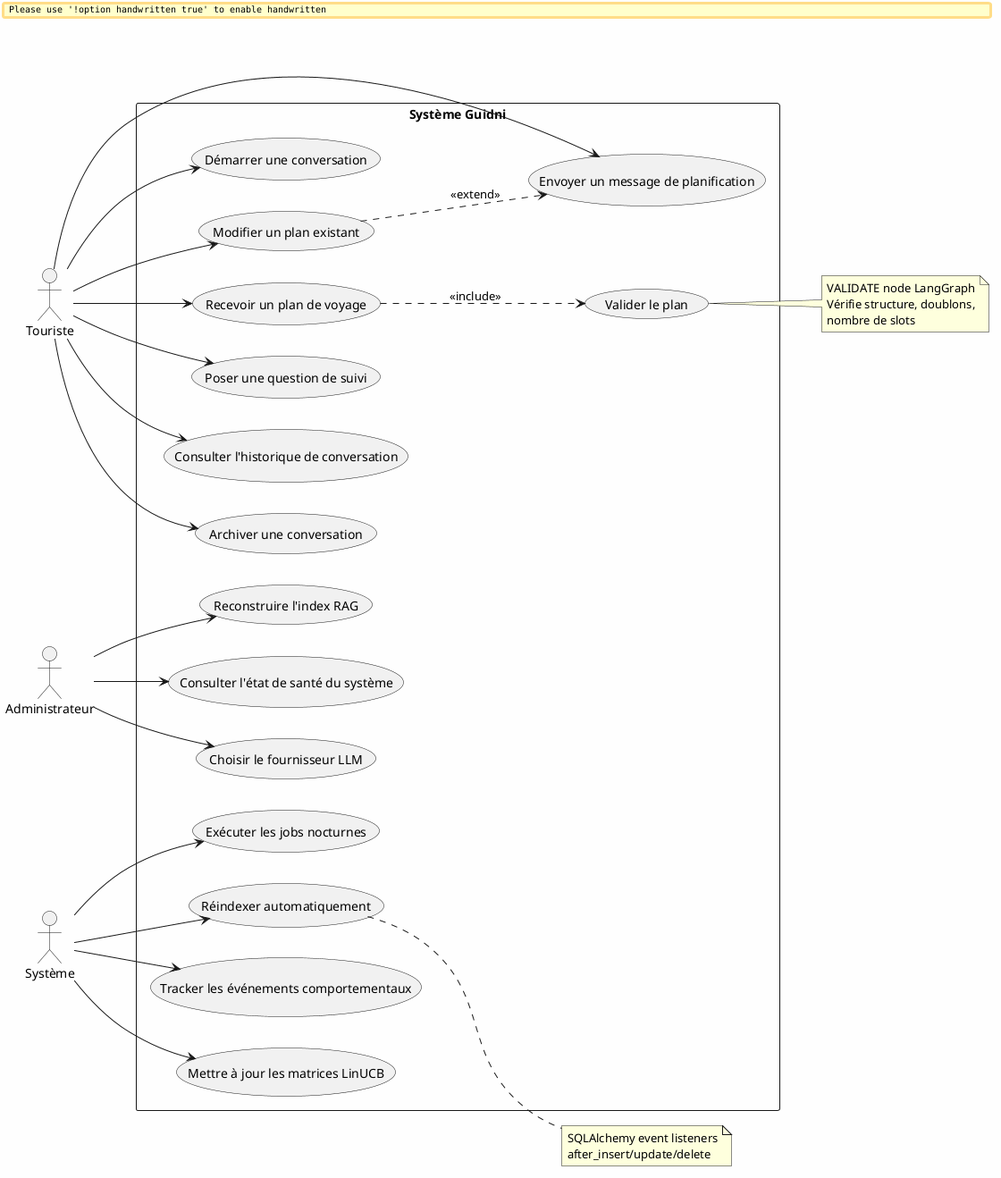
The PlantUML diagram diagrams/fig_03_use_case_global.png in ahmed-addali/rapport, before a commit.
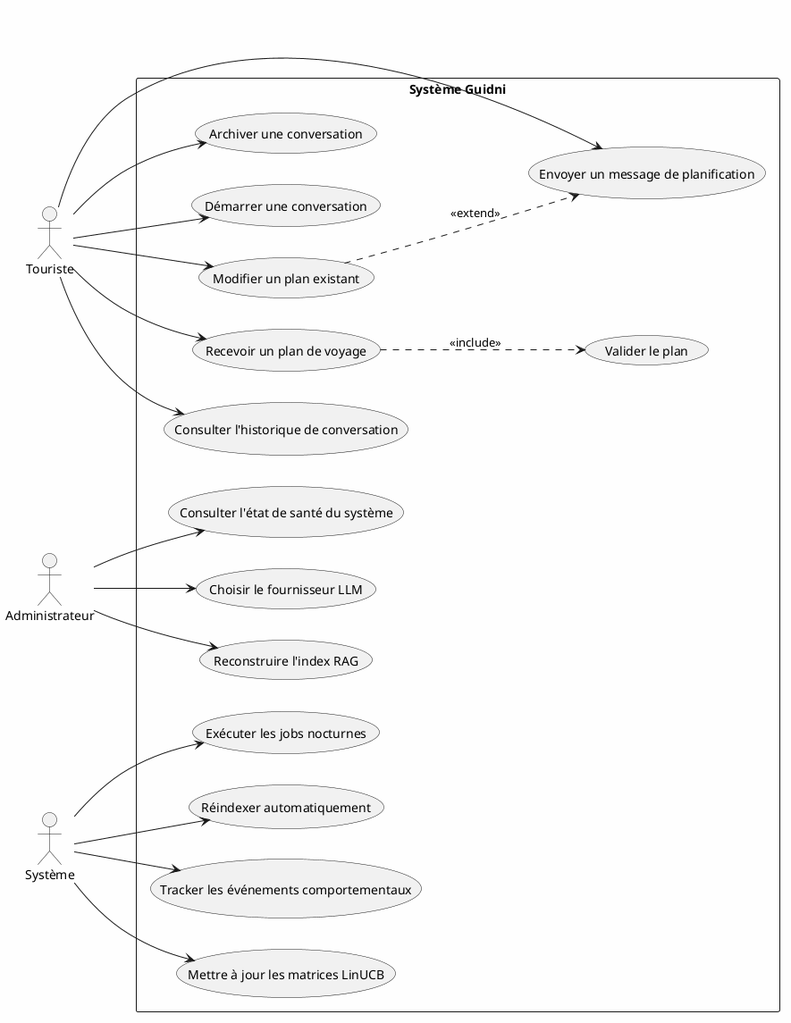
After the change.

Diff of the diagram source:
```diff
@@ -1,6 +1,6 @@
 @startuml
 skinparam backgroundColor #FEFEFE
-skinparam handwritten false
+
 skinparam defaultFontName "Arial"
 
 left to right direction
@@ -16,7 +16,6 @@
   Tourist --> (Envoyer un message de planification)
   Tourist --> (Recevoir un plan de voyage)
   Tourist --> (Modifier un plan existant)
-  Tourist --> (Poser une question de suivi)
   Tourist --> (Consulter l'historique de conversation)
   Tourist --> (Archiver une conversation)
 
@@ -33,15 +32,5 @@
   System --> (Réindexer automatiquement)
 }
 
-note right of (Valider le plan)
-  VALIDATE node LangGraph
-  Vérifie structure, doublons,
-  nombre de slots
-end note
-
-note right of (Réindexer automatiquement)
-  SQLAlchemy event listeners
-  after_insert/update/delete
-end note
 
 @enduml
```
